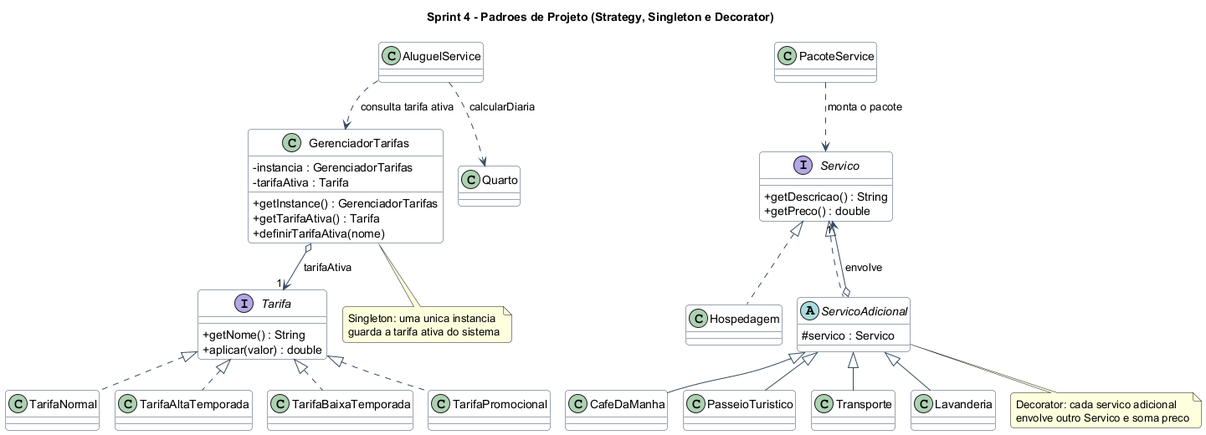
Above: Docs/sprint4/diagrama_sprint4.png in Programacao-Modular-PUC/trabalho-pratico-grupo-8 (PlantUML), before the change.
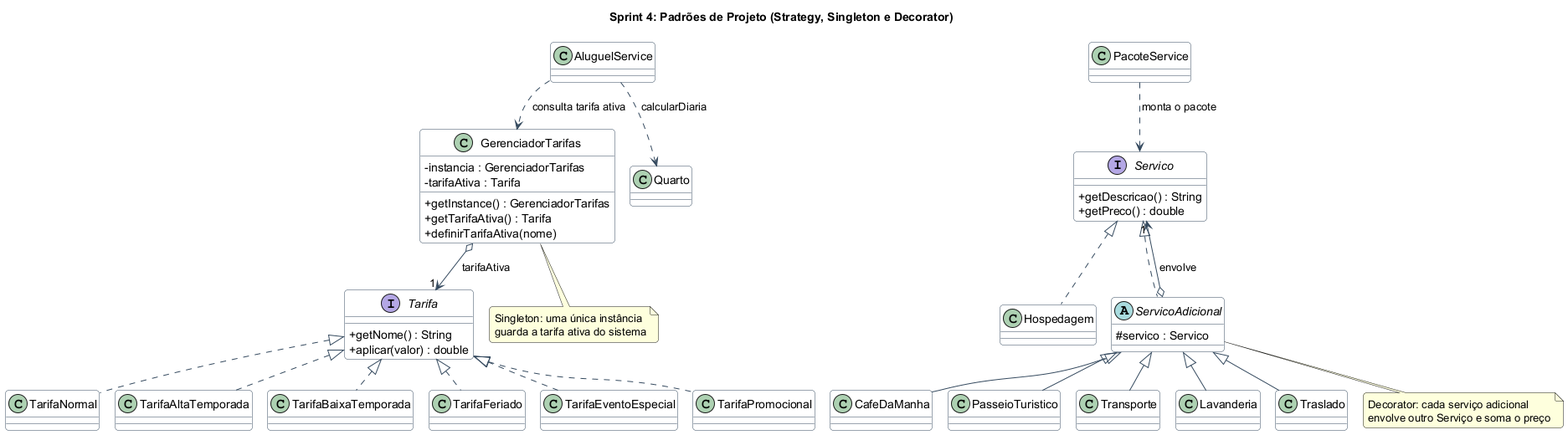
Later version of the same file.

Commit message:
Adiciona suporte a novos serviços e tarifas: Traslado, TarifaFeriado e TarifaEventoEspecial; atualiza relatórios e diagramas

What changed in the source:
```diff
@@ -8,7 +8,7 @@
   BorderColor #34495E
   ArrowColor #34495E
 }
-title Sprint 4 - Padroes de Projeto (Strategy, Singleton e Decorator)
+title Sprint 4: Padrões de Projeto (Strategy, Singleton e Decorator)
 
 interface Tarifa {
   +getNome() : String
@@ -17,11 +17,15 @@
 class TarifaNormal
 class TarifaAltaTemporada
 class TarifaBaixaTemporada
+class TarifaFeriado
+class TarifaEventoEspecial
 class TarifaPromocional
 
 Tarifa <|.. TarifaNormal
 Tarifa <|.. TarifaAltaTemporada
 Tarifa <|.. TarifaBaixaTemporada
+Tarifa <|.. TarifaFeriado
+Tarifa <|.. TarifaEventoEspecial
 Tarifa <|.. TarifaPromocional
 
 class GerenciadorTarifas {
@@ -45,6 +49,7 @@
 class PasseioTuristico
 class Transporte
 class Lavanderia
+class Traslado
 
 Servico <|.. Hospedagem
 Servico <|.. ServicoAdicional
@@ -53,6 +58,7 @@
 ServicoAdicional <|-- PasseioTuristico
 ServicoAdicional <|-- Transporte
 ServicoAdicional <|-- Lavanderia
+ServicoAdicional <|-- Traslado
 
 class AluguelService
 class Quarto
@@ -63,13 +69,13 @@
 PacoteService ..> Servico : monta o pacote
 
 note bottom of GerenciadorTarifas
-  Singleton: uma unica instancia
+  Singleton: uma única instância
   guarda a tarifa ativa do sistema
 end note
 
 note bottom of ServicoAdicional
-  Decorator: cada servico adicional
-  envolve outro Servico e soma preco
+  Decorator: cada serviço adicional
+  envolve outro Serviço e soma o preço
 end note
 
 @enduml
```
